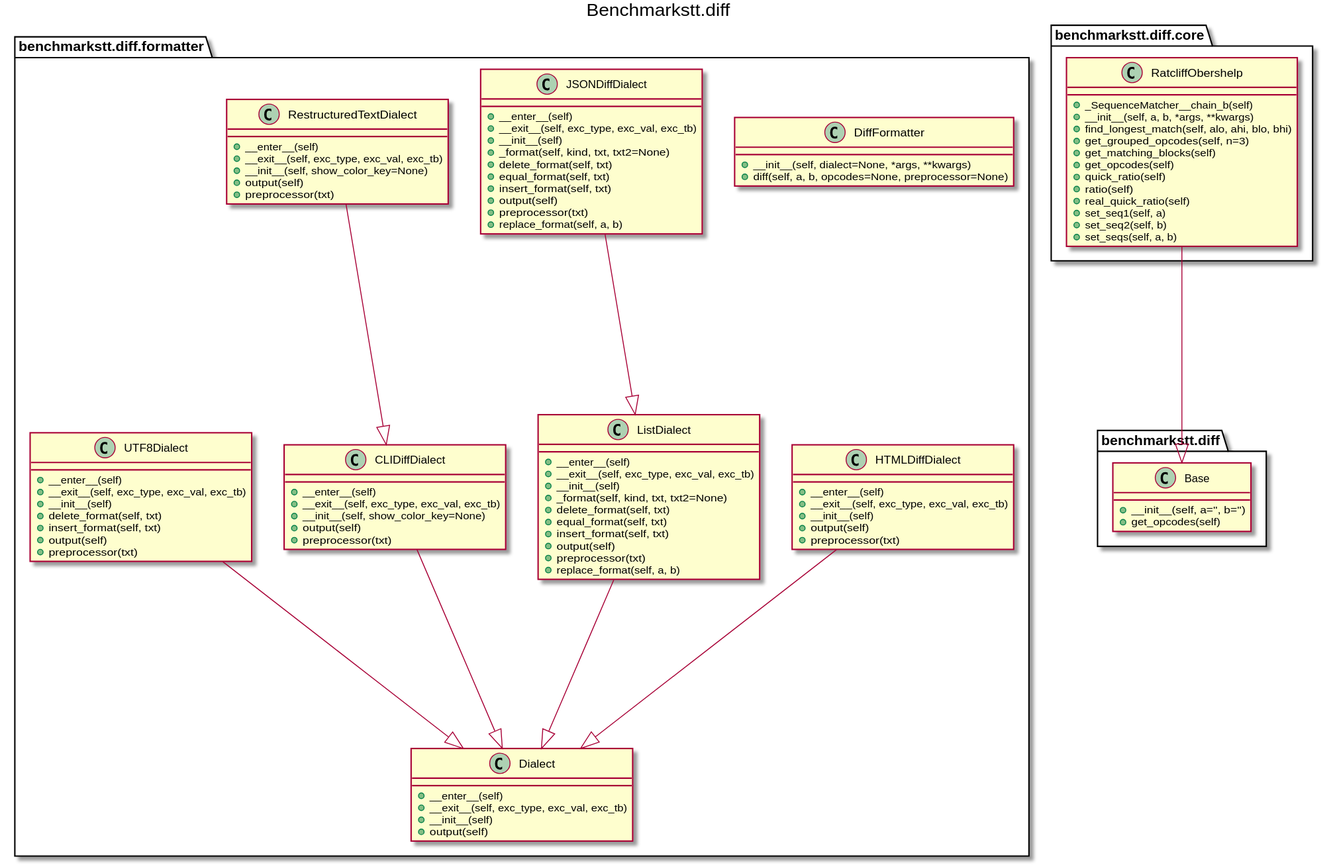
Before: docs/_static/uml/benchmarkstt.diff.svg, a diagram exported from PlantUML (ebu/benchmarkstt).
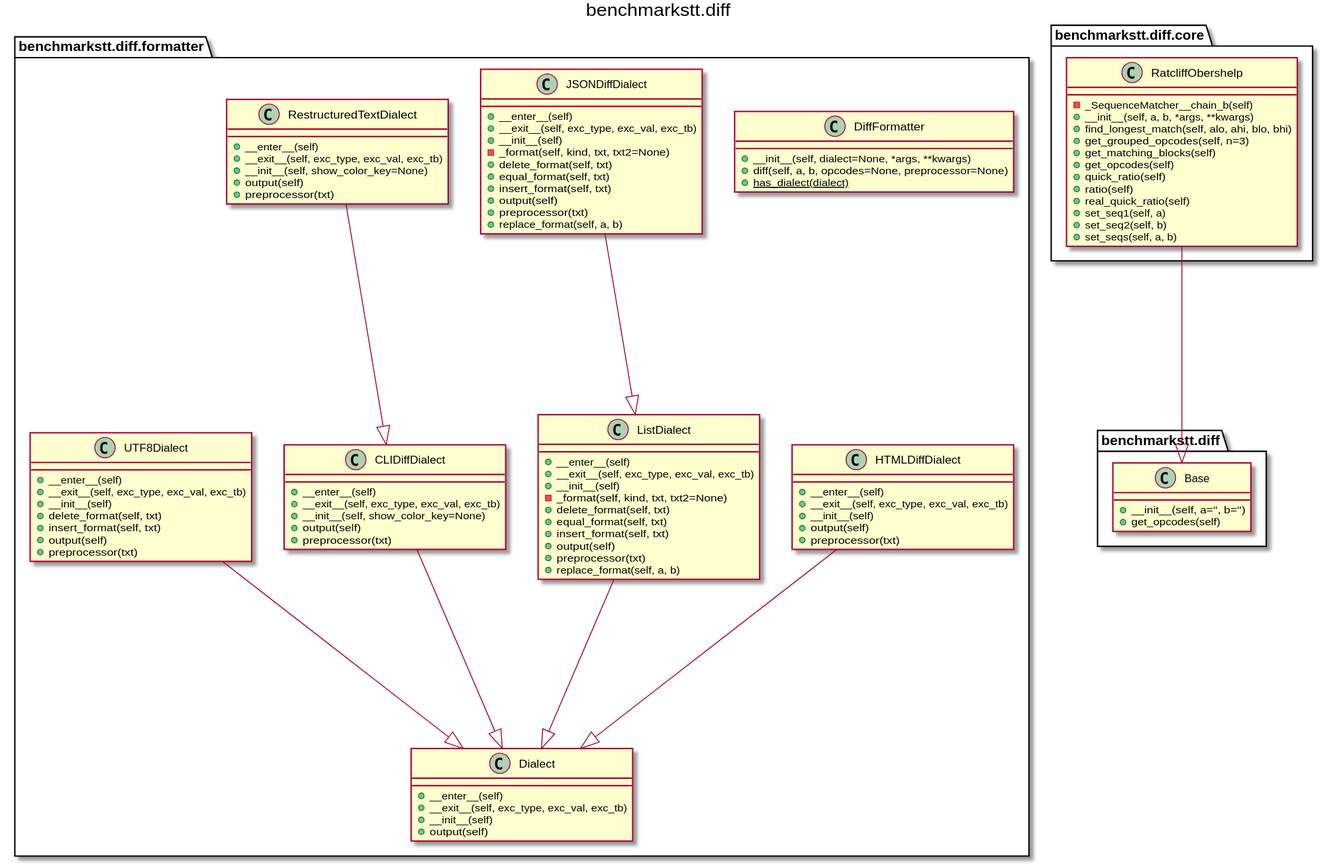
Later version of the same file.

Change to the diagram source:
```diff
@@ -1,70 +1,72 @@
 @startuml
-title Benchmarkstt.diff
+title benchmarkstt.diff
 
+package benchmarkstt.diff.formatter {
 
-class benchmarkstt.diff.formatter.CLIDiffDialect [[https://benchmarkstt.readthedocs.io/en/latest/modules/benchmarkstt.diff.formatter.html#benchmarkstt.diff.formatter.CLIDiffDialect]] {
+	class benchmarkstt.diff.formatter.CLIDiffDialect [[https://benchmarkstt.readthedocs.io/en/latest/modules/benchmarkstt.diff.formatter.html#benchmarkstt.diff.formatter.CLIDiffDialect]] {
 	+__enter__(self)
 	+__exit__(self, exc_type, exc_val, exc_tb)
 	+__init__(self, show_color_key=None)
 	+output(self)
 	+preprocessor(txt)
-}
+	}
 
-class benchmarkstt.diff.formatter.Dialect [[https://benchmarkstt.readthedocs.io/en/latest/modules/benchmarkstt.diff.formatter.html#benchmarkstt.diff.formatter.Dialect]] {
+	class benchmarkstt.diff.formatter.Dialect [[https://benchmarkstt.readthedocs.io/en/latest/modules/benchmarkstt.diff.formatter.html#benchmarkstt.diff.formatter.Dialect]] {
 	+__enter__(self)
 	+__exit__(self, exc_type, exc_val, exc_tb)
 	+__init__(self)
 	+output(self)
-}
+	}
 
-class benchmarkstt.diff.formatter.DiffFormatter [[https://benchmarkstt.readthedocs.io/en/latest/modules/benchmarkstt.diff.formatter.html#benchmarkstt.diff.formatter.DiffFormatter]] {
+	class benchmarkstt.diff.formatter.DiffFormatter [[https://benchmarkstt.readthedocs.io/en/latest/modules/benchmarkstt.diff.formatter.html#benchmarkstt.diff.formatter.DiffFormatter]] {
 	+__init__(self, dialect=None, *args, **kwargs)
 	+diff(self, a, b, opcodes=None, preprocessor=None)
-}
+	{static} +has_dialect(dialect)
+	}
 
-class benchmarkstt.diff.formatter.HTMLDiffDialect [[https://benchmarkstt.readthedocs.io/en/latest/modules/benchmarkstt.diff.formatter.html#benchmarkstt.diff.formatter.HTMLDiffDialect]] {
+	class benchmarkstt.diff.formatter.HTMLDiffDialect [[https://benchmarkstt.readthedocs.io/en/latest/modules/benchmarkstt.diff.formatter.html#benchmarkstt.diff.formatter.HTMLDiffDialect]] {
 	+__enter__(self)
 	+__exit__(self, exc_type, exc_val, exc_tb)
 	+__init__(self)
 	+output(self)
 	+preprocessor(txt)
-}
+	}
 
-class benchmarkstt.diff.formatter.JSONDiffDialect [[https://benchmarkstt.readthedocs.io/en/latest/modules/benchmarkstt.diff.formatter.html#benchmarkstt.diff.formatter.JSONDiffDialect]] {
+	class benchmarkstt.diff.formatter.JSONDiffDialect [[https://benchmarkstt.readthedocs.io/en/latest/modules/benchmarkstt.diff.formatter.html#benchmarkstt.diff.formatter.JSONDiffDialect]] {
 	+__enter__(self)
 	+__exit__(self, exc_type, exc_val, exc_tb)
 	+__init__(self)
-	+_format(self, kind, txt, txt2=None)
+	-_format(self, kind, txt, txt2=None)
 	+delete_format(self, txt)
 	+equal_format(self, txt)
 	+insert_format(self, txt)
 	+output(self)
 	+preprocessor(txt)
 	+replace_format(self, a, b)
-}
+	}
 
-class benchmarkstt.diff.formatter.ListDialect [[https://benchmarkstt.readthedocs.io/en/latest/modules/benchmarkstt.diff.formatter.html#benchmarkstt.diff.formatter.ListDialect]] {
+	class benchmarkstt.diff.formatter.ListDialect [[https://benchmarkstt.readthedocs.io/en/latest/modules/benchmarkstt.diff.formatter.html#benchmarkstt.diff.formatter.ListDialect]] {
 	+__enter__(self)
 	+__exit__(self, exc_type, exc_val, exc_tb)
 	+__init__(self)
-	+_format(self, kind, txt, txt2=None)
+	-_format(self, kind, txt, txt2=None)
 	+delete_format(self, txt)
 	+equal_format(self, txt)
 	+insert_format(self, txt)
 	+output(self)
 	+preprocessor(txt)
 	+replace_format(self, a, b)
-}
+	}
 
-class benchmarkstt.diff.formatter.RestructuredTextDialect [[https://benchmarkstt.readthedocs.io/en/latest/modules/benchmarkstt.diff.formatter.html#benchmarkstt.diff.formatter.RestructuredTextDialect]] {
+	class benchmarkstt.diff.formatter.RestructuredTextDialect [[https://benchmarkstt.readthedocs.io/en/latest/modules/benchmarkstt.diff.formatter.html#benchmarkstt.diff.formatter.RestructuredTextDialect]] {
 	+__enter__(self)
 	+__exit__(self, exc_type, exc_val, exc_tb)
 	+__init__(self, show_color_key=None)
 	+output(self)
 	+preprocessor(txt)
-}
+	}
 
-class benchmarkstt.diff.formatter.UTF8Dialect [[https://benchmarkstt.readthedocs.io/en/latest/modules/benchmarkstt.diff.formatter.html#benchmarkstt.diff.formatter.UTF8Dialect]] {
+	class benchmarkstt.diff.formatter.UTF8Dialect [[https://benchmarkstt.readthedocs.io/en/latest/modules/benchmarkstt.diff.formatter.html#benchmarkstt.diff.formatter.UTF8Dialect]] {
 	+__enter__(self)
 	+__exit__(self, exc_type, exc_val, exc_tb)
 	+__init__(self)
@@ -72,15 +74,19 @@
 	+insert_format(self, txt)
 	+output(self)
 	+preprocessor(txt)
+	}
 }
+package benchmarkstt.diff {
 
-class benchmarkstt.diff.Base [[https://benchmarkstt.readthedocs.io/en/latest/modules/benchmarkstt.diff.html#benchmarkstt.diff.Base]] {
+	class benchmarkstt.diff.Base [[https://benchmarkstt.readthedocs.io/en/latest/modules/benchmarkstt.diff.html#benchmarkstt.diff.Base]] {
 	+__init__(self, a='', b='')
 	+get_opcodes(self)
+	}
 }
+package benchmarkstt.diff.core {
 
-class benchmarkstt.diff.core.RatcliffObershelp [[https://benchmarkstt.readthedocs.io/en/latest/modules/benchmarkstt.diff.core.html#benchmarkstt.diff.core.RatcliffObershelp]] {
-	+_SequenceMatcher__chain_b(self)
+	class benchmarkstt.diff.core.RatcliffObershelp [[https://benchmarkstt.readthedocs.io/en/latest/modules/benchmarkstt.diff.core.html#benchmarkstt.diff.core.RatcliffObershelp]] {
+	-_SequenceMatcher__chain_b(self)
 	+__init__(self, a, b, *args, **kwargs)
 	+find_longest_match(self, alo, ahi, blo, bhi)
 	+get_grouped_opcodes(self, n=3)
@@ -92,6 +98,7 @@
 	+set_seq1(self, a)
 	+set_seq2(self, b)
 	+set_seqs(self, a, b)
+	}
 }
 
 benchmarkstt.diff.formatter.CLIDiffDialect ----|> benchmarkstt.diff.formatter.Dialect
```
